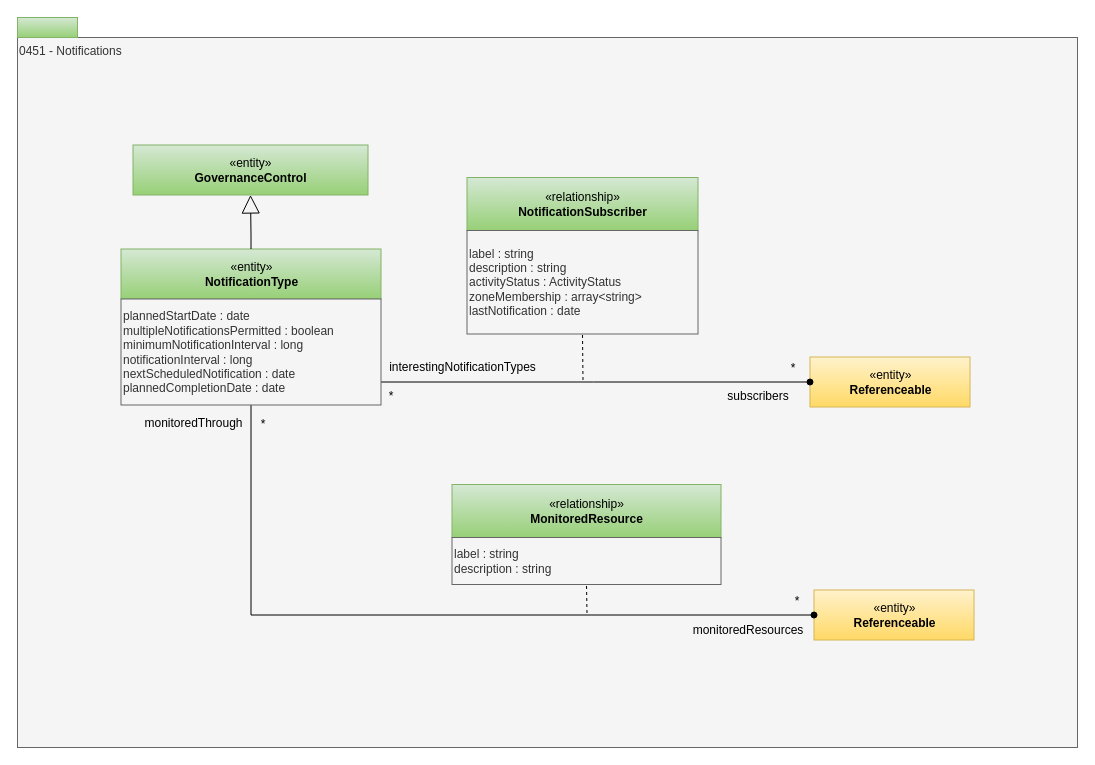
Before: page "0451-Notifications" (17 of 30) of site/docs/types/4/area-4-governance.drawio in odpi/egeria-docs, a draw.io diagram. Source tidied: cells renumbered, new cells numbered last; positions are measured from the earlier drawing's top-left corner, leaving out a move shared by most shapes. Both pictures are drawn from the tidied source at 100%, with x=0, y=0 at pixel (17, 17).
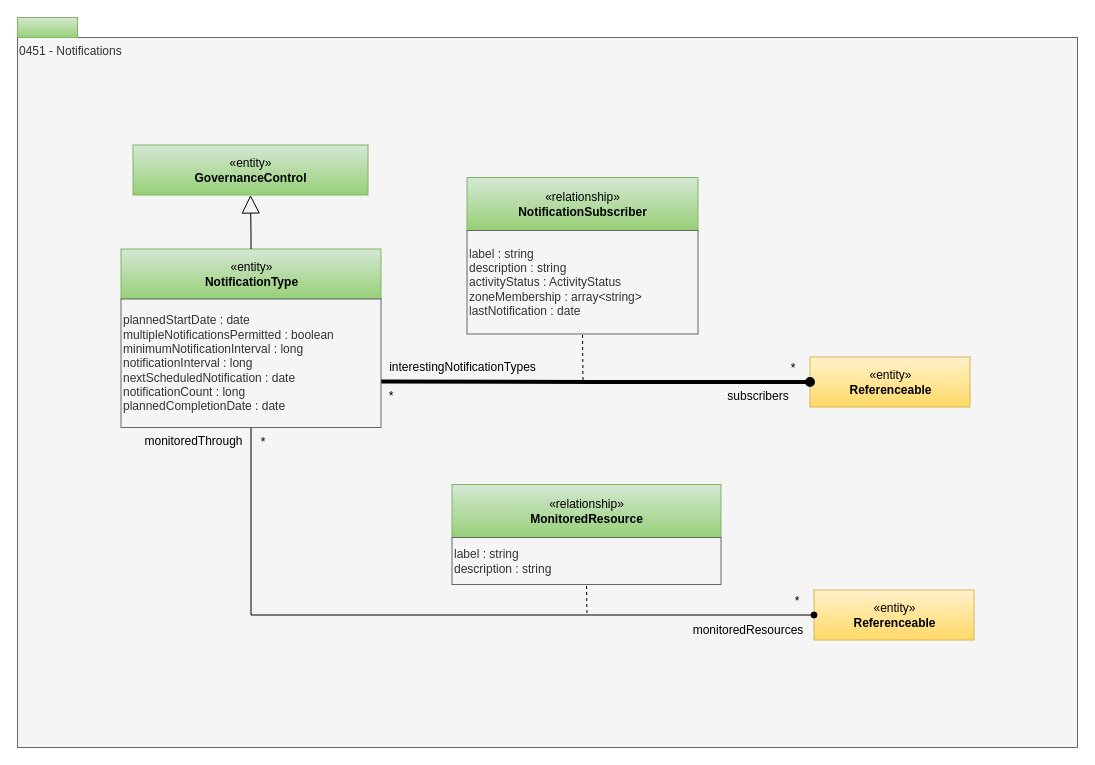
After the change.

Unchanged cells that the change refers to:
```xml
<mxCell id="3" value="«entity»&lt;br&gt;&lt;b&gt;Referenceable&lt;/b&gt;" style="html=1;strokeColor=#d6b656;align=center;fillColor=#fff2cc;gradientColor=#ffd966;" parent="1" vertex="1">
  <mxGeometry x="792.5" y="339.5" width="160" height="50" as="geometry" />
</mxCell>
```

The edit, as a diff of the source:
```diff
@@
-    <mxCell id="12" style="edgeStyle=orthogonalEdgeStyle;rounded=0;html=1;entryX=1;entryY=0.5;jettySize=auto;endArrow=none;endFill=0;startArrow=oval;startFill=1;entryDx=0;entryDy=0;" parent="1" edge="1" source="3">
-      <mxGeometry relative="1" as="geometry">
-        <mxPoint x="358.5" y="364.5" as="targetPoint" />
-      </mxGeometry>
+    <mxCell id="12" style="edgeStyle=orthogonalEdgeStyle;rounded=0;html=1;entryX=0.998;entryY=0.642;jettySize=auto;endArrow=none;endFill=0;startArrow=oval;startFill=1;entryDx=0;entryDy=0;strokeWidth=4;entryPerimeter=0;" parent="1" edge="1" source="3" target="24">
+      <mxGeometry relative="1" as="geometry" />
     </mxCell>
@@
     <mxCell id="14" value="*" style="text;html=1;strokeColor=none;fillColor=none;align=center;verticalAlign=middle;whiteSpace=wrap;rounded=0;" parent="1" vertex="1">
-      <mxGeometry x="232.5" y="398" width="26" height="18" as="geometry" />
+      <mxGeometry x="232.5" y="416" width="26" height="18" as="geometry" />
     </mxCell>
@@
     <mxCell id="18" value="monitoredThrough" style="text;html=1;strokeColor=none;fillColor=none;align=center;verticalAlign=middle;whiteSpace=wrap;rounded=0;" parent="1" vertex="1">
-      <mxGeometry x="143.5" y="396" width="65" height="20" as="geometry" />
+      <mxGeometry x="143.5" y="414" width="65" height="20" as="geometry" />
     </mxCell>
@@
-    <mxCell id="24" value="plannedStartDate : date&lt;div&gt;multipleNotificationsPermitted : boolean&lt;/div&gt;&lt;div&gt;minimumNotificationInterval : long&lt;br&gt;&lt;div&gt;notificationInterval : long&lt;/div&gt;&lt;div&gt;nextScheduledNotification : date&lt;/div&gt;&lt;div&gt;plannedCompletionDate : date&lt;/div&gt;&lt;/div&gt;" style="rounded=0;whiteSpace=wrap;html=1;strokeColor=#666666;align=left;fillColor=#f5f5f5;fontColor=#333333;" parent="1" vertex="1">
-      <mxGeometry x="103.5" y="281.5" width="260" height="106" as="geometry" />
+    <mxCell id="24" value="plannedStartDate : date&lt;div&gt;multipleNotificationsPermitted : boolean&lt;/div&gt;&lt;div&gt;minimumNotificationInterval : long&lt;br&gt;&lt;div&gt;notificationInterval : long&lt;/div&gt;&lt;div&gt;nextScheduledNotification : date&lt;/div&gt;&lt;div&gt;notificationCount : long&lt;/div&gt;&lt;div&gt;plannedCompletionDate : date&lt;/div&gt;&lt;/div&gt;" style="rounded=0;whiteSpace=wrap;html=1;strokeColor=#666666;align=left;fillColor=#f5f5f5;fontColor=#333333;" parent="1" vertex="1">
+      <mxGeometry x="103.5" y="281.5" width="260" height="128.5" as="geometry" />
     </mxCell>
```
